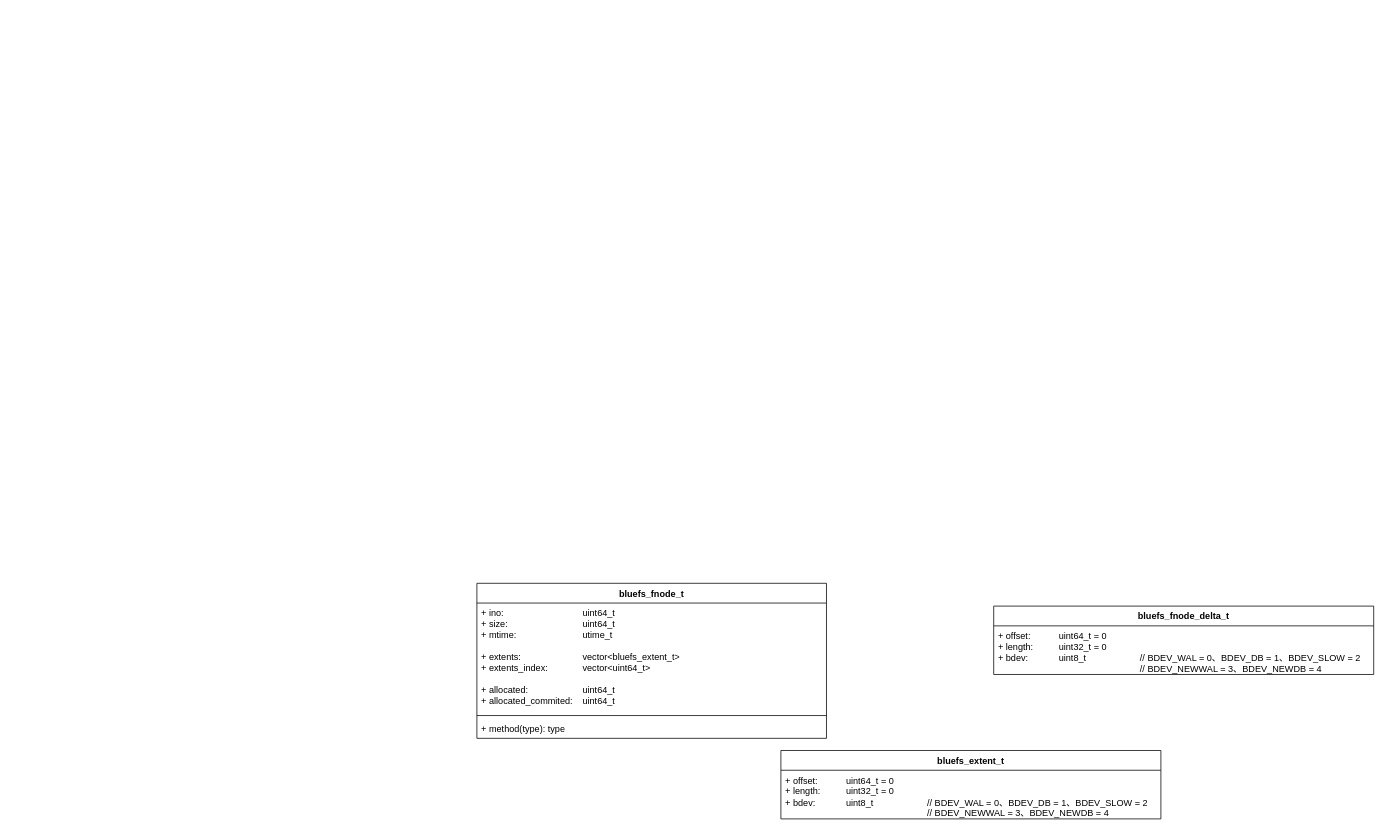
1253757553/drawIO keeps this draw.io diagram as BlueFS.drawio. Above is the earlier version. Source tidied: cells renumbered, new cells numbered last; positions are measured from the earlier drawing's top-left corner, leaving out a move shared by most shapes. Both pictures are drawn from the tidied source at 76%, with x=0, y=0 at pixel (477, 583).
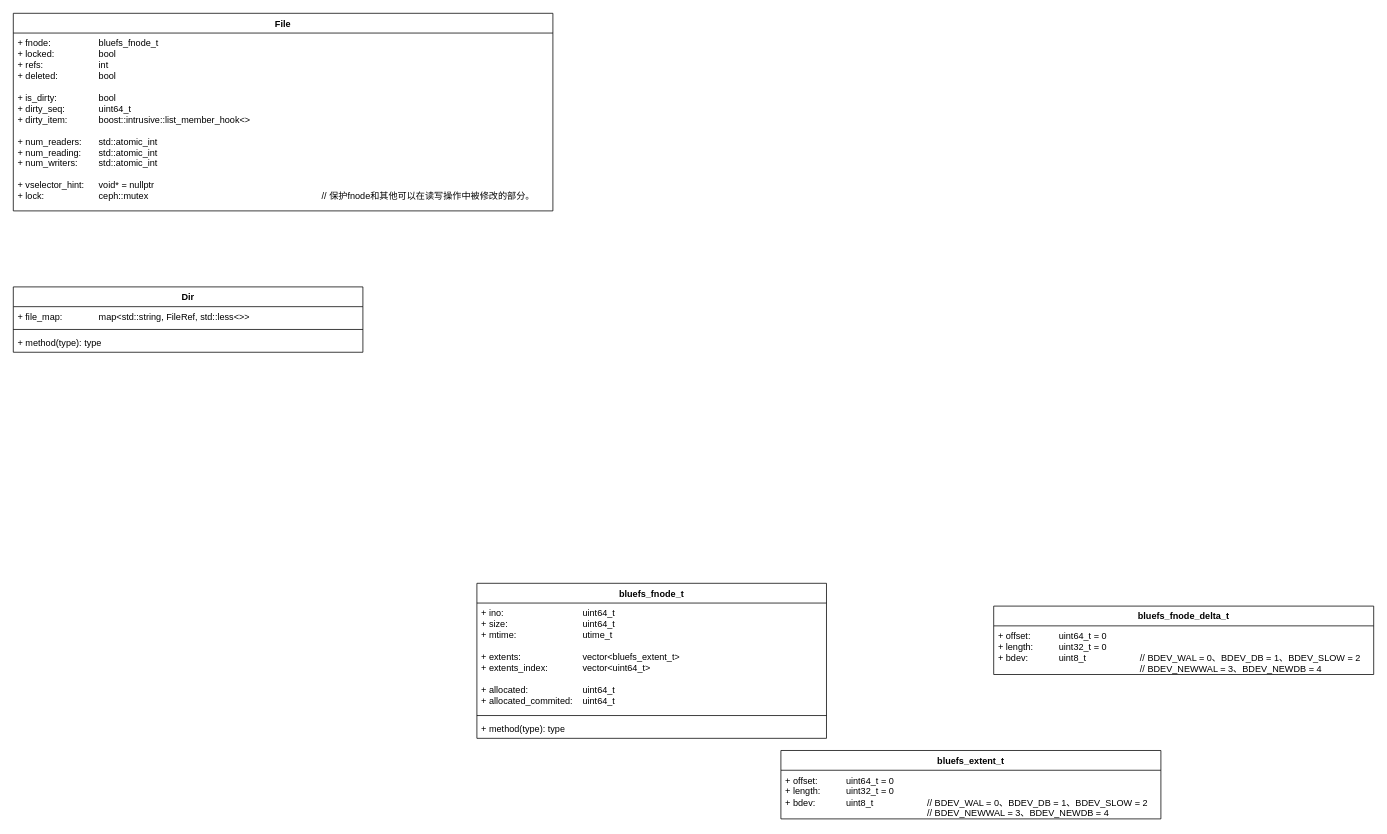
Above is the later version.

Change to the diagram source:
```diff
@@
 <mxGraphModel>
   <root>
     <mxCell id="0" />
     <mxCell id="1" parent="0" />
     <mxCell id="2" value="bluefs_extent_t" style="swimlane;fontStyle=1;align=center;verticalAlign=top;horizontal=1;startSize=26;whiteSpace=wrap;html=1;" parent="1" vertex="1">
       <mxGeometry x="400" y="220" width="500" height="90" as="geometry" />
     </mxCell>
     <mxCell id="3" value="+ offset: &lt;span style=&quot;white-space: pre;&quot;&gt;&#9;&lt;/span&gt;&lt;span style=&quot;white-space: pre;&quot;&gt;&#9;&lt;/span&gt;uint64_t = 0&lt;div&gt;+&amp;nbsp;length:&lt;span style=&quot;white-space: pre;&quot;&gt;&#9;&lt;span style=&quot;white-space: pre;&quot;&gt;&#9;&lt;/span&gt;&lt;/span&gt;&lt;span style=&quot;background-color: initial;&quot;&gt;uint32_t = 0&lt;/span&gt;&lt;/div&gt;&lt;div&gt;&lt;span style=&quot;background-color: initial;&quot;&gt;+&amp;nbsp;&lt;/span&gt;&lt;span style=&quot;background-color: initial;&quot;&gt;bdev:&amp;nbsp;&lt;span style=&quot;white-space: pre;&quot;&gt;&#9;&lt;/span&gt;&lt;span style=&quot;white-space: pre;&quot;&gt;&#9;&lt;/span&gt;&lt;/span&gt;&lt;span style=&quot;background-color: initial;&quot;&gt;uint8_t&lt;span style=&quot;white-space: pre;&quot;&gt;&#9;&lt;/span&gt;&lt;span style=&quot;white-space: pre;&quot;&gt;&#9;&lt;/span&gt;&lt;span style=&quot;white-space: pre;&quot;&gt;&#9;&lt;/span&gt;//&amp;nbsp;&lt;/span&gt;&lt;span style=&quot;background-color: initial;&quot;&gt;BDEV_WAL = 0、&lt;/span&gt;&lt;span style=&quot;background-color: initial;&quot;&gt;BDEV_DB = 1、&lt;/span&gt;&lt;span style=&quot;background-color: initial;&quot;&gt;BDEV_SLOW = 2&lt;/span&gt;&lt;/div&gt;&lt;div&gt;&lt;span style=&quot;background-color: initial;&quot;&gt;&lt;span style=&quot;white-space: pre;&quot;&gt;&#9;&lt;/span&gt;&lt;span style=&quot;white-space: pre;&quot;&gt;&#9;&lt;/span&gt;&lt;span style=&quot;white-space: pre;&quot;&gt;&#9;&lt;/span&gt;&lt;span style=&quot;white-space: pre;&quot;&gt;&#9;&lt;/span&gt;&lt;span style=&quot;white-space: pre;&quot;&gt;&#9;&lt;/span&gt;&lt;span style=&quot;white-space: pre;&quot;&gt;&#9;&lt;/span&gt;&lt;span style=&quot;white-space: pre;&quot;&gt;&#9;&lt;/span&gt;//&amp;nbsp;&lt;/span&gt;&lt;span style=&quot;background-color: initial;&quot;&gt;BDEV_NEWWAL = 3、&lt;/span&gt;&lt;span style=&quot;background-color: initial;&quot;&gt;BDEV_NEWDB = 4&lt;/span&gt;&lt;span style=&quot;background-color: initial;&quot;&gt;&lt;br&gt;&lt;/span&gt;&lt;/div&gt;" style="text;strokeColor=none;fillColor=none;align=left;verticalAlign=top;spacingLeft=4;spacingRight=4;overflow=hidden;whiteSpace=wrap;html=1;" parent="2" vertex="1">
       <mxGeometry y="26" width="500" height="64" as="geometry" />
     </mxCell>
     <mxCell id="4" value="bluefs_fnode_delta_t" style="swimlane;fontStyle=1;align=center;verticalAlign=top;horizontal=1;startSize=26;whiteSpace=wrap;html=1;" parent="1" vertex="1">
       <mxGeometry x="680" y="30" width="500" height="90" as="geometry" />
     </mxCell>
     <mxCell id="5" value="+ offset: &lt;span style=&quot;white-space: pre;&quot;&gt;&#9;&lt;/span&gt;&lt;span style=&quot;white-space: pre;&quot;&gt;&#9;&lt;/span&gt;uint64_t = 0&lt;div&gt;+&amp;nbsp;length:&lt;span style=&quot;white-space: pre;&quot;&gt;&#9;&lt;span style=&quot;white-space: pre;&quot;&gt;&#9;&lt;/span&gt;&lt;/span&gt;&lt;span style=&quot;background-color: initial;&quot;&gt;uint32_t = 0&lt;/span&gt;&lt;/div&gt;&lt;div&gt;&lt;span style=&quot;background-color: initial;&quot;&gt;+&amp;nbsp;&lt;/span&gt;&lt;span style=&quot;background-color: initial;&quot;&gt;bdev:&amp;nbsp;&lt;span style=&quot;white-space: pre;&quot;&gt;&#9;&lt;/span&gt;&lt;span style=&quot;white-space: pre;&quot;&gt;&#9;&lt;/span&gt;&lt;/span&gt;&lt;span style=&quot;background-color: initial;&quot;&gt;uint8_t&lt;span style=&quot;white-space: pre;&quot;&gt;&#9;&lt;/span&gt;&lt;span style=&quot;white-space: pre;&quot;&gt;&#9;&lt;/span&gt;&lt;span style=&quot;white-space: pre;&quot;&gt;&#9;&lt;/span&gt;//&amp;nbsp;&lt;/span&gt;&lt;span style=&quot;background-color: initial;&quot;&gt;BDEV_WAL = 0、&lt;/span&gt;&lt;span style=&quot;background-color: initial;&quot;&gt;BDEV_DB = 1、&lt;/span&gt;&lt;span style=&quot;background-color: initial;&quot;&gt;BDEV_SLOW = 2&lt;/span&gt;&lt;/div&gt;&lt;div&gt;&lt;span style=&quot;background-color: initial;&quot;&gt;&lt;span style=&quot;white-space: pre;&quot;&gt;&#9;&lt;/span&gt;&lt;span style=&quot;white-space: pre;&quot;&gt;&#9;&lt;/span&gt;&lt;span style=&quot;white-space: pre;&quot;&gt;&#9;&lt;/span&gt;&lt;span style=&quot;white-space: pre;&quot;&gt;&#9;&lt;/span&gt;&lt;span style=&quot;white-space: pre;&quot;&gt;&#9;&lt;/span&gt;&lt;span style=&quot;white-space: pre;&quot;&gt;&#9;&lt;/span&gt;&lt;span style=&quot;white-space: pre;&quot;&gt;&#9;&lt;/span&gt;//&amp;nbsp;&lt;/span&gt;&lt;span style=&quot;background-color: initial;&quot;&gt;BDEV_NEWWAL = 3、&lt;/span&gt;&lt;span style=&quot;background-color: initial;&quot;&gt;BDEV_NEWDB = 4&lt;/span&gt;&lt;span style=&quot;background-color: initial;&quot;&gt;&lt;br&gt;&lt;/span&gt;&lt;/div&gt;" style="text;strokeColor=none;fillColor=none;align=left;verticalAlign=top;spacingLeft=4;spacingRight=4;overflow=hidden;whiteSpace=wrap;html=1;" parent="4" vertex="1">
       <mxGeometry y="26" width="500" height="64" as="geometry" />
     </mxCell>
     <mxCell id="6" value="bluefs_fnode_t" style="swimlane;fontStyle=1;align=center;verticalAlign=top;horizontal=1;startSize=26;whiteSpace=wrap;html=1;" parent="1" vertex="1">
       <mxGeometry width="460" height="204" as="geometry" />
     </mxCell>
     <mxCell id="7" value="+ ino:&lt;span style=&quot;white-space: pre;&quot;&gt;&#9;&lt;/span&gt;&lt;span style=&quot;white-space: pre;&quot;&gt;&#9;&lt;span style=&quot;white-space: pre;&quot;&gt;&#9;&lt;span style=&quot;white-space: pre;&quot;&gt;&#9;&lt;/span&gt;&lt;/span&gt;&lt;/span&gt;uint64_t&lt;div&gt;+&amp;nbsp;size:&lt;span style=&quot;white-space: pre;&quot;&gt;&#9;&lt;/span&gt;&lt;span style=&quot;white-space: pre;&quot;&gt;&#9;&lt;span style=&quot;white-space: pre;&quot;&gt;&#9;&lt;span style=&quot;white-space: pre;&quot;&gt;&#9;&lt;/span&gt;&lt;/span&gt;&lt;/span&gt;&lt;span style=&quot;background-color: initial;&quot;&gt;uint64_t&lt;/span&gt;&lt;/div&gt;&lt;div&gt;&lt;span style=&quot;background-color: initial;&quot;&gt;+&amp;nbsp;&lt;/span&gt;&lt;span style=&quot;background-color: initial;&quot;&gt;mtime:&lt;span style=&quot;white-space: pre;&quot;&gt;&#9;&lt;/span&gt;&lt;span style=&quot;white-space: pre;&quot;&gt;&#9;&lt;span style=&quot;white-space: pre;&quot;&gt;&#9;&lt;span style=&quot;white-space: pre;&quot;&gt;&#9;&lt;/span&gt;&lt;/span&gt;&lt;/span&gt;&lt;/span&gt;&lt;span style=&quot;background-color: initial;&quot;&gt;utime_t&lt;/span&gt;&lt;/div&gt;&lt;div&gt;&lt;span style=&quot;background-color: initial;&quot;&gt;&lt;br&gt;&lt;/span&gt;&lt;/div&gt;&lt;div&gt;&lt;span style=&quot;background-color: initial;&quot;&gt;+&amp;nbsp;&lt;/span&gt;&lt;span style=&quot;background-color: initial;&quot;&gt;extents:&lt;span style=&quot;white-space: pre;&quot;&gt;&#9;&lt;span style=&quot;white-space: pre;&quot;&gt;&#9;&lt;span style=&quot;white-space: pre;&quot;&gt;&#9;&lt;/span&gt;&lt;/span&gt;&lt;/span&gt;&lt;/span&gt;&lt;span style=&quot;background-color: initial;&quot;&gt;vector&amp;lt;bluefs_extent_t&amp;gt;&lt;/span&gt;&lt;/div&gt;&lt;div&gt;&lt;span style=&quot;background-color: initial;&quot;&gt;+&amp;nbsp;&lt;/span&gt;&lt;span style=&quot;background-color: initial;&quot;&gt;extents_index:&lt;span style=&quot;white-space: pre;&quot;&gt;&#9;&lt;span style=&quot;white-space: pre;&quot;&gt;&#9;&lt;/span&gt;&lt;/span&gt;&lt;/span&gt;&lt;span style=&quot;background-color: initial;&quot;&gt;vector&amp;lt;uint64_t&amp;gt;&lt;/span&gt;&lt;/div&gt;&lt;div&gt;&lt;span style=&quot;background-color: initial;&quot;&gt;&lt;br&gt;&lt;/span&gt;&lt;/div&gt;&lt;div&gt;&lt;span style=&quot;background-color: initial;&quot;&gt;+&amp;nbsp;&lt;/span&gt;&lt;span style=&quot;background-color: initial;&quot;&gt;allocated:&lt;span style=&quot;white-space: pre;&quot;&gt;&#9;&lt;/span&gt;&lt;span style=&quot;white-space: pre;&quot;&gt;&#9;&lt;span style=&quot;white-space: pre;&quot;&gt;&#9;&lt;/span&gt;&lt;/span&gt;&lt;/span&gt;&lt;span style=&quot;background-color: initial;&quot;&gt;uint64_t&lt;/span&gt;&lt;/div&gt;&lt;div&gt;&lt;span style=&quot;background-color: initial;&quot;&gt;+&amp;nbsp;&lt;/span&gt;&lt;span style=&quot;background-color: initial;&quot;&gt;allocated_commited:&lt;span style=&quot;white-space: pre;&quot;&gt;&#9;&lt;/span&gt;&lt;/span&gt;&lt;span style=&quot;background-color: initial;&quot;&gt;uint64_t&lt;/span&gt;&lt;/div&gt;" style="text;strokeColor=none;fillColor=none;align=left;verticalAlign=top;spacingLeft=4;spacingRight=4;overflow=hidden;whiteSpace=wrap;html=1;" parent="6" vertex="1">
       <mxGeometry y="26" width="460" height="144" as="geometry" />
     </mxCell>
     <mxCell id="8" style="line;strokeWidth=1;fillColor=none;align=left;verticalAlign=middle;spacingTop=-1;spacingLeft=3;spacingRight=3;labelPosition=right;strokeColor=inherit;" parent="6" vertex="1">
       <mxGeometry y="170" width="460" height="8" as="geometry" />
     </mxCell>
     <mxCell id="9" value="+ method(type): type" style="text;strokeColor=none;fillColor=none;align=left;verticalAlign=top;spacingLeft=4;spacingRight=4;overflow=hidden;whiteSpace=wrap;html=1;" parent="6" vertex="1">
       <mxGeometry y="178" width="460" height="26" as="geometry" />
     </mxCell>
+    <mxCell id="10" value="File" style="swimlane;fontStyle=1;align=center;verticalAlign=top;horizontal=1;startSize=26;whiteSpace=wrap;html=1;" parent="1" vertex="1">
+      <mxGeometry x="-610" y="-750" width="710" height="260" as="geometry" />
+    </mxCell>
+    <mxCell id="11" value="+ fnode: &lt;span style=&quot;white-space: pre;&quot;&gt;&#9;&lt;/span&gt;&lt;span style=&quot;white-space: pre;&quot;&gt;&#9;&lt;/span&gt;&lt;span style=&quot;white-space: pre;&quot;&gt;&#9;&lt;/span&gt;bluefs_fnode_t&lt;div&gt;+&amp;nbsp;locked:&lt;span style=&quot;white-space: pre;&quot;&gt;&#9;&lt;/span&gt;&lt;span style=&quot;white-space: pre;&quot;&gt;&#9;&lt;/span&gt;&lt;span style=&quot;white-space: pre;&quot;&gt;&#9;&lt;/span&gt;&lt;span style=&quot;background-color: initial;&quot;&gt;bool&lt;/span&gt;&lt;/div&gt;&lt;div&gt;&lt;span style=&quot;background-color: initial;&quot;&gt;+&amp;nbsp;&lt;/span&gt;&lt;span style=&quot;background-color: initial;&quot;&gt;refs:&lt;span style=&quot;white-space: pre;&quot;&gt;&#9;&lt;/span&gt;&lt;span style=&quot;white-space: pre;&quot;&gt;&#9;&lt;/span&gt;&lt;span style=&quot;white-space: pre;&quot;&gt;&#9;&lt;/span&gt;int&lt;/span&gt;&lt;/div&gt;&lt;div&gt;&lt;span style=&quot;background-color: initial;&quot;&gt;+&amp;nbsp;&lt;/span&gt;&lt;span style=&quot;background-color: initial;&quot;&gt;deleted:&lt;span style=&quot;white-space: pre;&quot;&gt;&#9;&lt;/span&gt;&lt;span style=&quot;white-space: pre;&quot;&gt;&#9;&lt;/span&gt;bool&lt;/span&gt;&lt;/div&gt;&lt;div&gt;&lt;span style=&quot;background-color: initial;&quot;&gt;&lt;br&gt;&lt;/span&gt;&lt;/div&gt;&lt;div&gt;&lt;span style=&quot;background-color: initial;&quot;&gt;+&amp;nbsp;&lt;/span&gt;&lt;span style=&quot;background-color: initial;&quot;&gt;is_dirty:&lt;span style=&quot;white-space: pre;&quot;&gt;&#9;&lt;/span&gt;&lt;span style=&quot;white-space: pre;&quot;&gt;&#9;&lt;/span&gt;bool&lt;/span&gt;&lt;/div&gt;&lt;div&gt;&lt;span style=&quot;background-color: initial;&quot;&gt;+&amp;nbsp;&lt;/span&gt;&lt;span style=&quot;background-color: initial;&quot;&gt;dirty_seq:&lt;span style=&quot;white-space: pre;&quot;&gt;&#9;&lt;/span&gt;&lt;span style=&quot;white-space: pre;&quot;&gt;&#9;&lt;/span&gt;&lt;/span&gt;&lt;span style=&quot;background-color: initial;&quot;&gt;uint64_t&lt;/span&gt;&lt;/div&gt;&lt;div&gt;&lt;span style=&quot;background-color: initial;&quot;&gt;+&amp;nbsp;&lt;/span&gt;&lt;span style=&quot;background-color: initial;&quot;&gt;dirty_item:&lt;span style=&quot;white-space: pre;&quot;&gt;&#9;&lt;/span&gt;&lt;span style=&quot;white-space: pre;&quot;&gt;&#9;&lt;/span&gt;&lt;/span&gt;&lt;span style=&quot;background-color: initial;&quot;&gt;boost::intrusive::list_member_hook&amp;lt;&amp;gt;&lt;/span&gt;&lt;/div&gt;&lt;div&gt;&lt;span style=&quot;background-color: initial;&quot;&gt;&lt;br&gt;&lt;/span&gt;&lt;/div&gt;&lt;div&gt;&lt;span style=&quot;background-color: initial;&quot;&gt;+&amp;nbsp;&lt;/span&gt;&lt;span style=&quot;background-color: initial;&quot;&gt;num_readers:&lt;span style=&quot;white-space: pre;&quot;&gt;&#9;&lt;/span&gt;&lt;/span&gt;&lt;span style=&quot;background-color: initial;&quot;&gt;std::atomic_int&lt;/span&gt;&lt;/div&gt;&lt;div&gt;&lt;span style=&quot;background-color: initial;&quot;&gt;+&amp;nbsp;&lt;/span&gt;&lt;span style=&quot;background-color: initial;&quot;&gt;num_reading:&lt;span style=&quot;white-space: pre;&quot;&gt;&#9;&lt;/span&gt;&lt;/span&gt;&lt;span style=&quot;background-color: initial;&quot;&gt;std::atomic_int&lt;/span&gt;&lt;/div&gt;&lt;div&gt;&lt;span style=&quot;background-color: initial;&quot;&gt;+&amp;nbsp;&lt;/span&gt;&lt;span style=&quot;background-color: initial;&quot;&gt;num_writers:&lt;span style=&quot;white-space: pre;&quot;&gt;&#9;&lt;/span&gt;&lt;/span&gt;&lt;span style=&quot;background-color: initial;&quot;&gt;std::atomic_int&lt;/span&gt;&lt;/div&gt;&lt;div&gt;&lt;span style=&quot;background-color: initial;&quot;&gt;&lt;br&gt;&lt;/span&gt;&lt;/div&gt;&lt;div&gt;&lt;span style=&quot;background-color: initial;&quot;&gt;+&amp;nbsp;&lt;/span&gt;&lt;span style=&quot;background-color: initial;&quot;&gt;vselector_hint:&lt;span style=&quot;white-space: pre;&quot;&gt;&#9;&lt;/span&gt;&lt;/span&gt;&lt;span style=&quot;background-color: initial;&quot;&gt;void* = nullptr&lt;/span&gt;&lt;/div&gt;&lt;div&gt;&lt;span style=&quot;background-color: initial;&quot;&gt;+&amp;nbsp;&lt;/span&gt;&lt;span style=&quot;background-color: initial;&quot;&gt;lock:&lt;span style=&quot;white-space: pre;&quot;&gt;&#9;&lt;/span&gt;&lt;span style=&quot;white-space: pre;&quot;&gt;&#9;&lt;/span&gt;&lt;span style=&quot;white-space: pre;&quot;&gt;&#9;&lt;/span&gt;&lt;/span&gt;&lt;span style=&quot;background-color: initial;&quot;&gt;ceph::mutex&lt;span style=&quot;white-space: pre;&quot;&gt;&#9;&lt;/span&gt;&lt;span style=&quot;white-space: pre;&quot;&gt;&#9;&lt;/span&gt;&lt;span style=&quot;white-space: pre;&quot;&gt;&#9;&lt;/span&gt;&lt;span style=&quot;white-space: pre;&quot;&gt;&#9;&lt;/span&gt;&lt;span style=&quot;white-space: pre;&quot;&gt;&#9;&lt;/span&gt;&lt;span style=&quot;white-space: pre;&quot;&gt;&#9;&lt;/span&gt;&lt;span style=&quot;white-space: pre;&quot;&gt;&#9;&lt;/span&gt;&lt;span style=&quot;white-space: pre;&quot;&gt;&#9;&lt;/span&gt;&lt;span style=&quot;white-space: pre;&quot;&gt;&#9;&lt;/span&gt;//&amp;nbsp;&lt;/span&gt;&lt;span style=&quot;background-color: initial;&quot;&gt;保护fnode和其他可以在读写操作中被修改的部分。&lt;/span&gt;&lt;/div&gt;" style="text;strokeColor=none;fillColor=none;align=left;verticalAlign=top;spacingLeft=4;spacingRight=4;overflow=hidden;whiteSpace=wrap;html=1;" parent="10" vertex="1">
+      <mxGeometry y="26" width="710" height="234" as="geometry" />
+    </mxCell>
+    <mxCell id="12" value="Dir" style="swimlane;fontStyle=1;align=center;verticalAlign=top;horizontal=1;startSize=26;whiteSpace=wrap;html=1;" parent="1" vertex="1">
+      <mxGeometry x="-610" y="-390" width="460" height="86" as="geometry" />
+    </mxCell>
+    <mxCell id="13" value="+ file_map: &lt;span style=&quot;white-space: pre;&quot;&gt;&#9;&lt;/span&gt;&lt;span style=&quot;white-space: pre;&quot;&gt;&#9;&lt;/span&gt;map&amp;lt;std::string, FileRef, std::less&amp;lt;&amp;gt;&amp;gt;" style="text;strokeColor=none;fillColor=none;align=left;verticalAlign=top;spacingLeft=4;spacingRight=4;overflow=hidden;whiteSpace=wrap;html=1;" parent="12" vertex="1">
+      <mxGeometry y="26" width="460" height="26" as="geometry" />
+    </mxCell>
+    <mxCell id="14" style="line;strokeWidth=1;fillColor=none;align=left;verticalAlign=middle;spacingTop=-1;spacingLeft=3;spacingRight=3;labelPosition=right;strokeColor=inherit;" parent="12" vertex="1">
+      <mxGeometry y="52" width="460" height="8" as="geometry" />
+    </mxCell>
+    <mxCell id="15" value="+ method(type): type" style="text;strokeColor=none;fillColor=none;align=left;verticalAlign=top;spacingLeft=4;spacingRight=4;overflow=hidden;whiteSpace=wrap;html=1;" parent="12" vertex="1">
+      <mxGeometry y="60" width="460" height="26" as="geometry" />
+    </mxCell>
   </root>
 </mxGraphModel>
```
